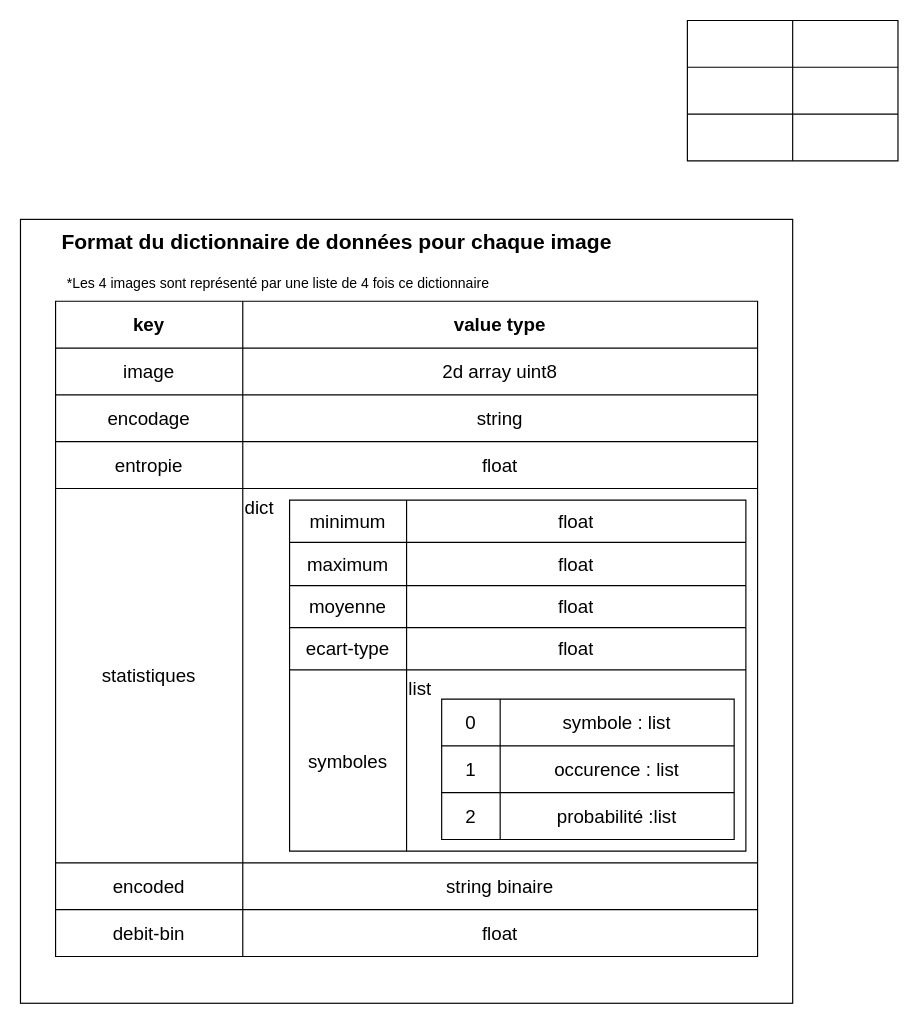
Earlier version of the draw.io diagram Problematique/diagrammes/dataDict.drawio (SimonCanelle/s8app3). Source tidied: cells renumbered, new cells numbered last; positions are measured from the earlier drawing's top-left corner, leaving out a move shared by most shapes. Both pictures are drawn from the tidied source at 117%, with x=0, y=0 at pixel (20, 20).
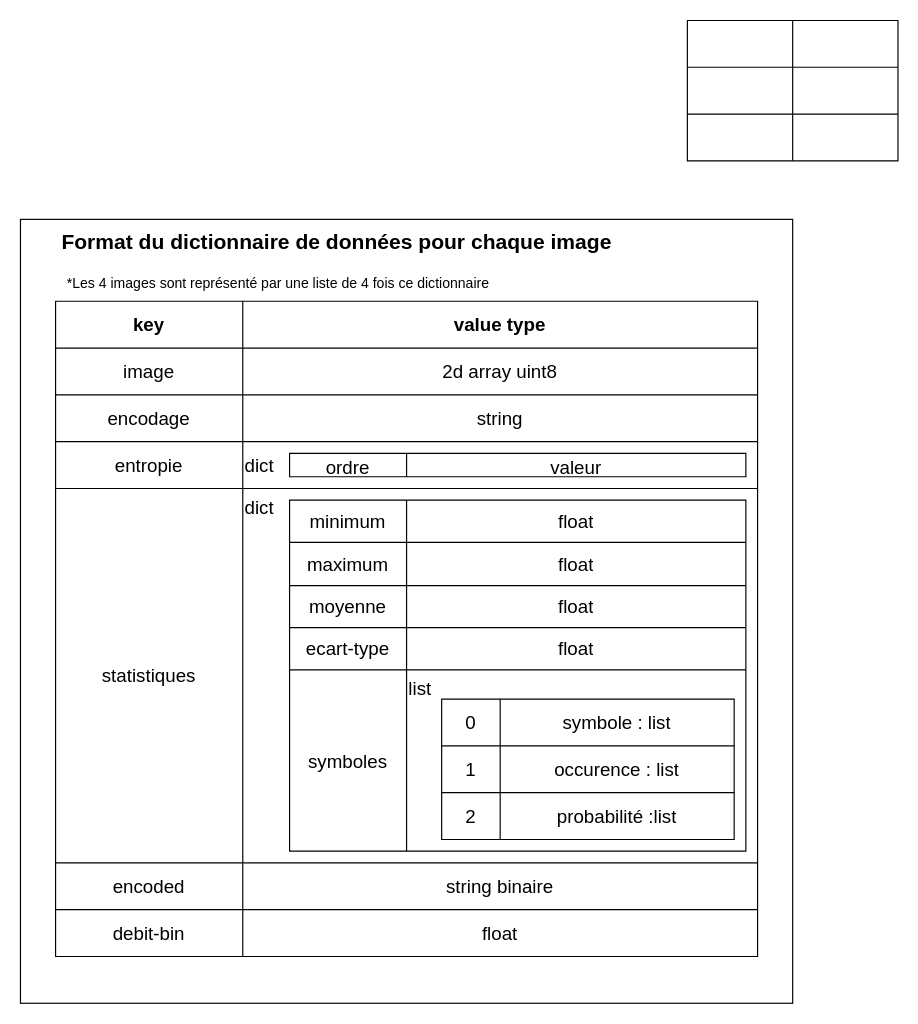
Above is the later version.

Commit message (it also covers changes not shown here):
calcul d'entropie du 2e ordre

Unchanged cells that the change refers to:
```xml
<mxCell id="13" style="shape=tableRow;horizontal=0;startSize=0;swimlaneHead=0;swimlaneBody=0;strokeColor=inherit;top=0;left=0;bottom=0;right=0;fillColor=none;fontSize=16;" parent="3" vertex="1">
  <mxGeometry y="120" width="600" height="40" as="geometry" />
</mxCell>
```

Change to the diagram source:
```diff
@@
-    <mxCell id="15" value="float" style="shape=partialRectangle;html=1;whiteSpace=wrap;strokeColor=inherit;overflow=hidden;fillColor=none;top=0;left=0;bottom=0;right=0;fontSize=16;" parent="13" vertex="1">
+    <mxCell id="15" value="dict&amp;nbsp;" style="shape=partialRectangle;html=1;whiteSpace=wrap;strokeColor=inherit;overflow=hidden;fillColor=none;top=0;left=0;bottom=0;right=0;fontSize=16;align=left;" parent="13" vertex="1">
       <mxGeometry x="160" width="440" height="40" as="geometry" />
     </mxCell>
@@
+    <mxCell id="63" style="shape=table;startSize=0;childLayout=tableLayout;fontSize=16;verticalAlign=top;" parent="1" vertex="1">
+      <mxGeometry x="230" y="370" width="390" height="20" as="geometry" />
+    </mxCell>
+    <mxCell id="64" style="shape=tableRow;horizontal=0;startSize=0;swimlaneHead=0;swimlaneBody=0;strokeColor=inherit;top=0;left=0;bottom=0;right=0;fillColor=none;fontSize=16;" parent="63" vertex="1">
+      <mxGeometry width="390" height="20" as="geometry" />
+    </mxCell>
+    <mxCell id="65" value="ordre" style="shape=partialRectangle;html=1;whiteSpace=wrap;strokeColor=inherit;overflow=hidden;fillColor=none;top=0;left=0;bottom=0;right=0;fontSize=16;" parent="64" vertex="1">
+      <mxGeometry width="100" height="20" as="geometry" />
+    </mxCell>
+    <mxCell id="66" value="valeur" style="shape=partialRectangle;html=1;whiteSpace=wrap;strokeColor=inherit;overflow=hidden;fillColor=none;top=0;left=0;bottom=0;right=0;fontSize=16;" parent="64" vertex="1">
+      <mxGeometry x="100" width="290" height="20" as="geometry" />
+    </mxCell>
```
